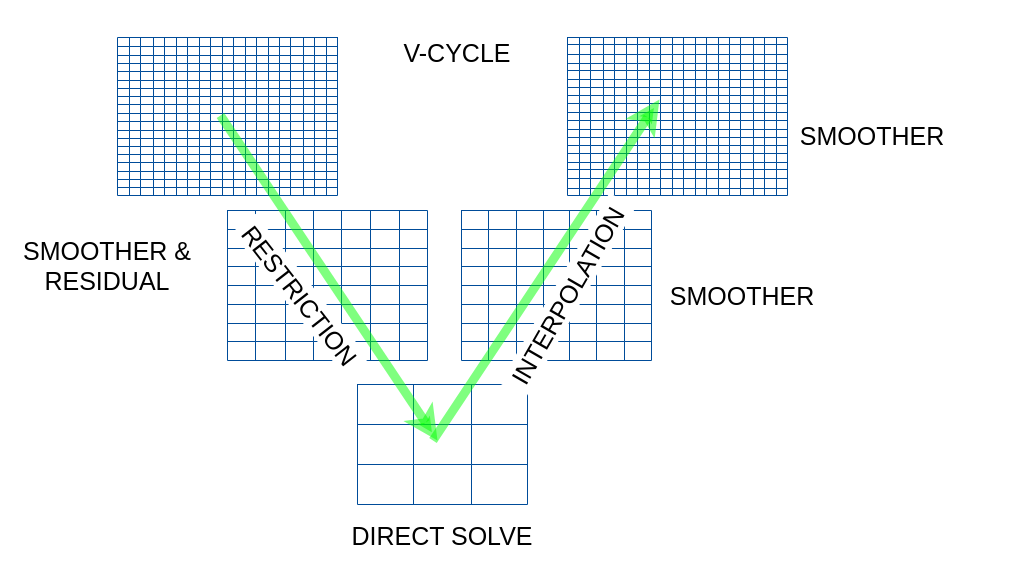
Before: AMGLEARN7.drawio in SohaYusuf/diagrams, a draw.io diagram. Source tidied: cells renumbered, new cells numbered last; positions are measured from the earlier drawing's top-left corner, leaving out a move shared by most shapes. Both pictures are drawn from the tidied source at 100%, with x=0, y=0 at pixel (17, 17).
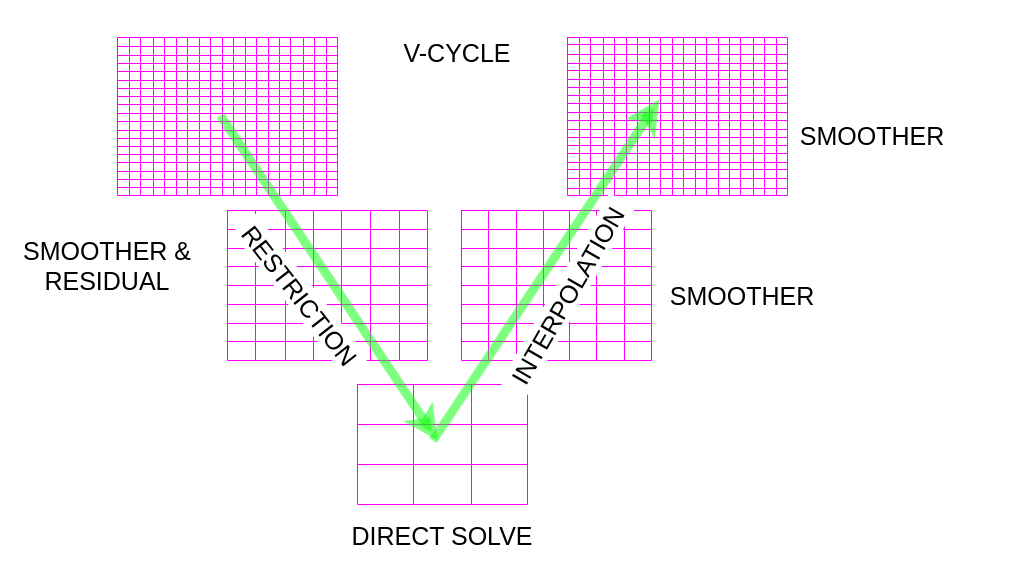
Above is the later version.

Change to the diagram source:
```diff
@@
-    <mxCell id="2" style="shape=table;startSize=0;childLayout=tableLayout;fontSize=25;strokeColor=light-dark(#004C99,#FACEFF);direction=north;flipV=1;flipH=1;" parent="1" vertex="1">
+    <mxCell id="2" style="shape=table;startSize=0;childLayout=tableLayout;fontSize=25;strokeColor=light-dark(#FF00FF,#FACEFF);direction=north;flipV=1;flipH=1;" parent="1" vertex="1">
       <mxGeometry x="100" y="20" width="220" height="158" as="geometry" />
     </mxCell>
@@
-    <mxCell id="383" style="shape=table;startSize=0;childLayout=tableLayout;fontSize=25;strokeColor=light-dark(#004C99,#FACEFF);" parent="1" vertex="1">
+    <mxCell id="383" style="shape=table;startSize=0;childLayout=tableLayout;fontSize=25;strokeColor=light-dark(#FF00FF,#FACEFF);" parent="1" vertex="1">
       <mxGeometry x="210" y="193" width="200" height="150" as="geometry" />
     </mxCell>
@@
-    <mxCell id="448" style="shape=table;startSize=0;childLayout=tableLayout;fontSize=25;strokeColor=light-dark(#004C99,#FACEFF);" parent="1" vertex="1">
+    <mxCell id="448" style="shape=table;startSize=0;childLayout=tableLayout;fontSize=25;strokeColor=light-dark(#FF00FF,#FACEFF);" parent="1" vertex="1">
       <mxGeometry x="340" y="367" width="170" height="120" as="geometry" />
     </mxCell>
@@
-    <mxCell id="461" style="shape=table;startSize=0;childLayout=tableLayout;fontSize=25;strokeColor=light-dark(#004C99,#FACEFF);" parent="1" vertex="1">
+    <mxCell id="461" style="shape=table;startSize=0;childLayout=tableLayout;fontSize=25;strokeColor=light-dark(#FF00FF,#FACEFF);" parent="1" vertex="1">
       <mxGeometry x="444" y="193" width="190" height="150" as="geometry" />
     </mxCell>
@@
-    <mxCell id="526" style="shape=table;startSize=0;childLayout=tableLayout;fontSize=25;strokeColor=light-dark(#004C99,#FACEFF);" parent="1" vertex="1">
+    <mxCell id="526" style="shape=table;startSize=0;childLayout=tableLayout;fontSize=25;strokeColor=light-dark(#FF00FF,#FACEFF);" parent="1" vertex="1">
       <mxGeometry x="550" y="20" width="220" height="158" as="geometry" />
     </mxCell>
```
